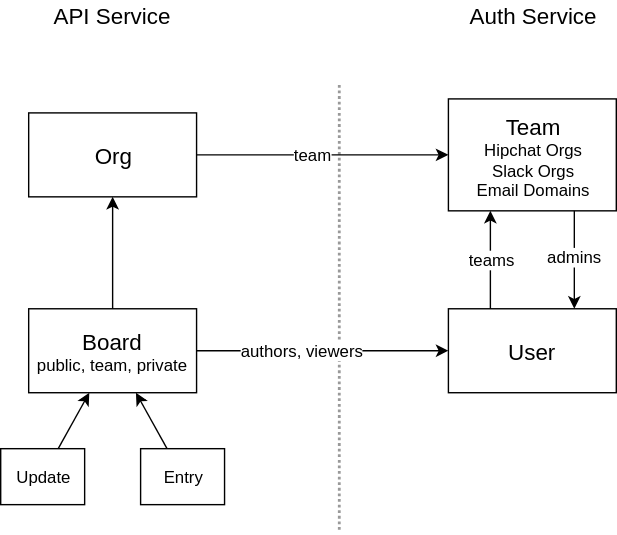
open-company/open-company-auth keeps this draw.io diagram as docs/OC-Authorization.svg. Above is the earlier version. Source tidied: cells renumbered, new cells last; positions are measured from the earlier drawing's top-left corner, leaving out a move shared by most shapes.
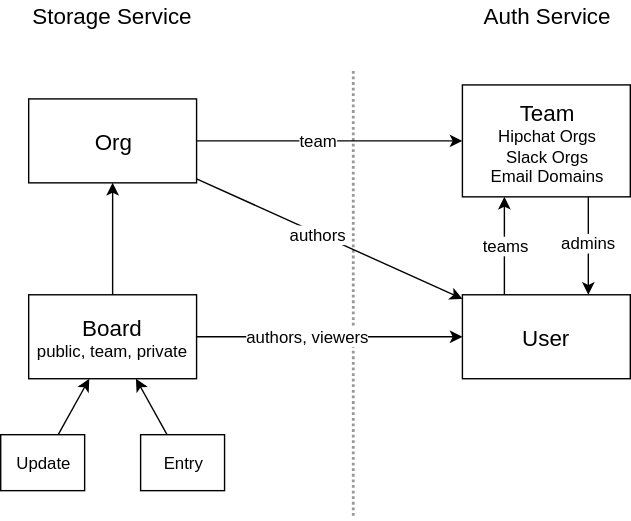
Later version of the same file.

Change to the diagram source:
```diff
@@ -3,19 +3,19 @@
     <mxCell id="0" />
     <mxCell id="1" parent="0" />
     <mxCell id="2" value="&lt;font style=&quot;font-size: 16px&quot;&gt;Org&lt;/font&gt;" style="whiteSpace=wrap;html=1;fontSize=12;fontColor=#000000;align=center;" parent="1" vertex="1">
-      <mxGeometry x="20" y="80" width="120" height="60" as="geometry" />
+      <mxGeometry x="10" y="80" width="120" height="60" as="geometry" />
     </mxCell>
     <mxCell id="3" value="&lt;div style=&quot;text-align: center&quot;&gt;&lt;font style=&quot;font-size: 16px&quot;&gt;Board&lt;/font&gt;&lt;/div&gt;&lt;div style=&quot;text-align: center&quot;&gt;public, team, private&lt;/div&gt;" style="whiteSpace=wrap;html=1;fontSize=12;fontColor=#000000;align=center;" parent="1" vertex="1">
-      <mxGeometry x="20" y="220" width="120" height="60" as="geometry" />
+      <mxGeometry x="10" y="220" width="120" height="60" as="geometry" />
     </mxCell>
     <mxCell id="4" style="endArrow=classic;html=1;strokeColor=#000000;fontSize=12;fontColor=#000000;" parent="1" edge="1" source="3" target="2">
       <mxGeometry relative="1" as="geometry" />
     </mxCell>
     <mxCell id="5" value="Update" style="whiteSpace=wrap;html=1;fontSize=12;fontColor=#000000;align=center;" parent="1" vertex="1">
-      <mxGeometry y="320" width="60" height="40" as="geometry" />
+      <mxGeometry x="-10" y="320" width="60" height="40" as="geometry" />
     </mxCell>
     <mxCell id="6" value="Entry" style="whiteSpace=wrap;html=1;fontSize=12;fontColor=#000000;align=center;" parent="1" vertex="1">
-      <mxGeometry x="100" y="320" width="60" height="40" as="geometry" />
+      <mxGeometry x="90" y="320" width="60" height="40" as="geometry" />
     </mxCell>
     <mxCell id="7" style="endArrow=classic;html=1;strokeColor=#000000;fontSize=12;fontColor=#000000;" parent="1" edge="1" source="5" target="3">
       <mxGeometry relative="1" as="geometry" />
@@ -23,14 +23,14 @@
     <mxCell id="8" style="endArrow=classic;html=1;strokeColor=#000000;fontSize=12;fontColor=#000000;" parent="1" edge="1" source="6" target="3">
       <mxGeometry relative="1" as="geometry" />
     </mxCell>
-    <mxCell id="9" value="&lt;font style=&quot;font-size: 16px&quot;&gt;API Service&lt;/font&gt;" style="text;html=1;strokeColor=none;fillColor=none;align=center;verticalAlign=middle;whiteSpace=wrap;fontSize=12;fontColor=#000000;" parent="1" vertex="1">
-      <mxGeometry x="30" width="100" height="20" as="geometry" />
+    <mxCell id="9" value="&lt;font style=&quot;font-size: 16px&quot;&gt;Storage Service&lt;/font&gt;" style="text;html=1;strokeColor=none;fillColor=none;align=center;verticalAlign=middle;whiteSpace=wrap;fontSize=12;fontColor=#000000;" parent="1" vertex="1">
+      <mxGeometry x="10" y="10" width="120" height="20" as="geometry" />
     </mxCell>
     <mxCell id="10" style="line;strokeWidth=2;direction=south;html=1;fontSize=12;fontColor=#000000;align=center;dashed=1;fillColor=#f5f5f5;strokeColor=#999999;dashPattern=1 1;" parent="1" vertex="1">
       <mxGeometry x="237" y="60" width="10" height="320" as="geometry" />
     </mxCell>
     <mxCell id="11" value="&lt;font style=&quot;font-size: 16px&quot;&gt;Auth Service&lt;/font&gt;" style="text;html=1;strokeColor=none;fillColor=none;align=center;verticalAlign=middle;whiteSpace=wrap;fontSize=12;fontColor=#000000;" parent="1" vertex="1">
-      <mxGeometry x="330" width="100" height="20" as="geometry" />
+      <mxGeometry x="330" y="10" width="100" height="20" as="geometry" />
     </mxCell>
     <mxCell id="12" value="&lt;font style=&quot;font-size: 16px&quot;&gt;Team&lt;/font&gt;&lt;div&gt;&lt;font style=&quot;font-size: 12px&quot;&gt;Hipchat Orgs&lt;/font&gt;&lt;/div&gt;&lt;div&gt;&lt;font style=&quot;font-size: 12px&quot;&gt;Slack Orgs&lt;/font&gt;&lt;/div&gt;&lt;div&gt;&lt;font style=&quot;font-size: 12px&quot;&gt;Email Domains&lt;/font&gt;&lt;/div&gt;" style="whiteSpace=wrap;html=1;fontSize=12;fontColor=#000000;align=center;" parent="1" vertex="1">
       <mxGeometry x="320" y="70" width="120" height="80" as="geometry" />
@@ -62,5 +62,11 @@
     <mxCell id="21" value="authors, viewers" style="text;html=1;align=center;verticalAlign=middle;labelBackgroundColor=#ffffff;fontSize=12;fontColor=#000000;" parent="20" vertex="1">
       <mxGeometry x="-0.17" y="1" relative="1" as="geometry" />
     </mxCell>
+    <mxCell id="22" style="endArrow=classic;html=1;strokeColor=#000000;fontSize=12;fontColor=#FF3333;" parent="1" edge="1" source="2" target="13">
+      <mxGeometry relative="1" as="geometry" />
+    </mxCell>
+    <mxCell id="23" value="&lt;font color=&quot;#000000&quot;&gt;authors&lt;/font&gt;" style="text;html=1;align=center;verticalAlign=middle;labelBackgroundColor=#ffffff;fontSize=12;fontColor=#FF3333;" parent="22" vertex="1">
+      <mxGeometry x="-0.09" relative="1" as="geometry" />
+    </mxCell>
   </root>
 </mxGraphModel>
```
